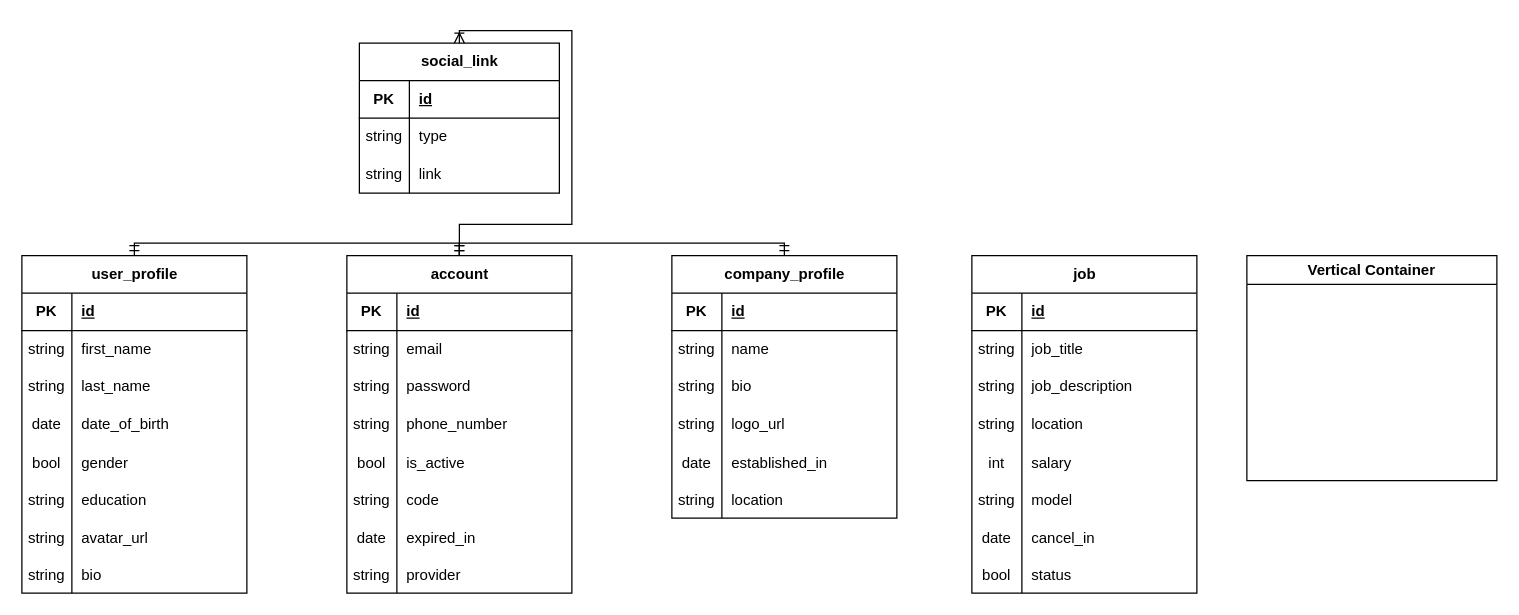
This is database-diagram.drawio from CulesBao/pbl3-find-job-fe, a draw.io file, before an edit. Source tidied: cells renumbered, new cells numbered last; positions are measured from the earlier drawing's top-left corner, leaving out a move shared by most shapes. Both pictures are drawn from the tidied source at 125%, with x=0, y=0 at pixel (21, 42).
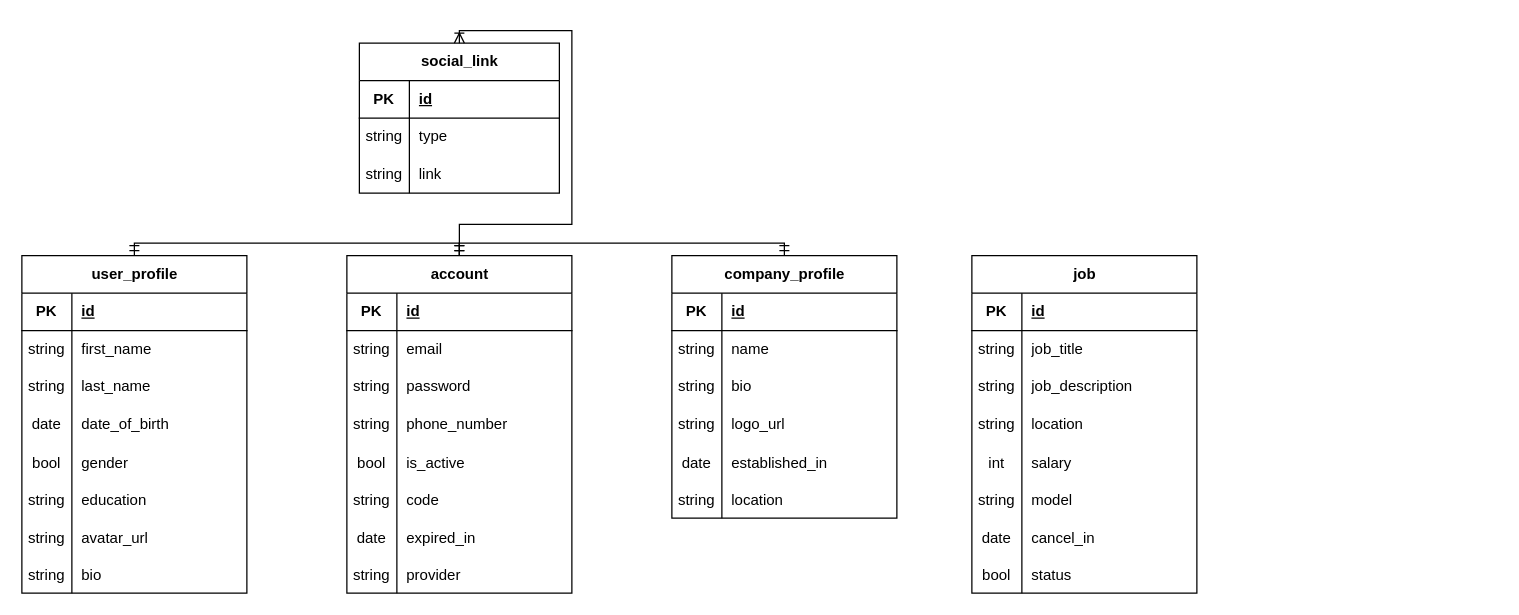
Above is the later version.

Commit message:
feat: add 1 entity "job"

What changed in the source:
```diff
@@
-    <mxCell id="109" value="Vertical Container" style="swimlane;whiteSpace=wrap;html=1;" parent="1" vertex="1">
-      <mxGeometry x="980" y="170" width="200" height="180" as="geometry" />
-    </mxCell>
```
